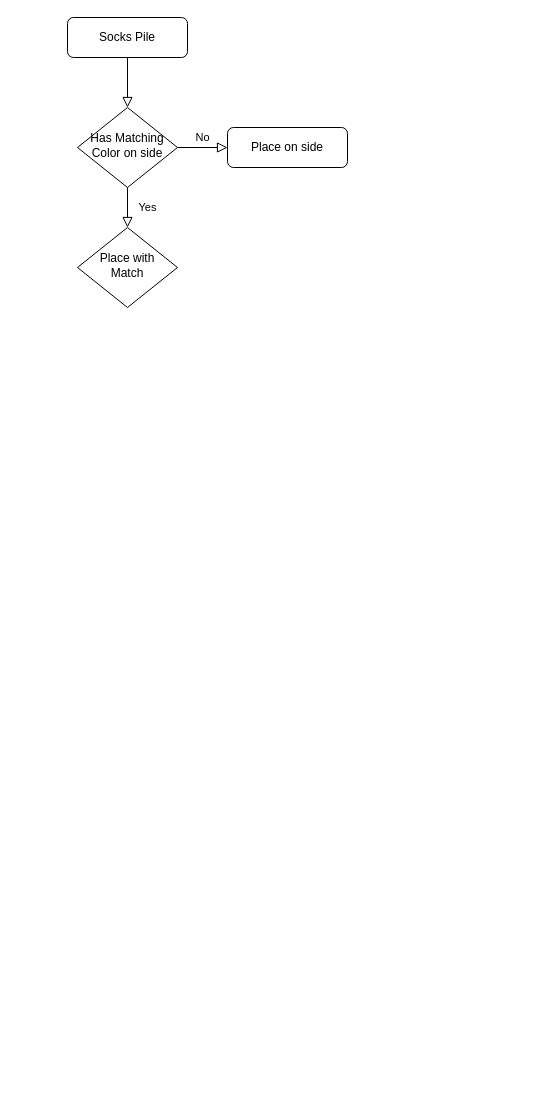
This is page "Socks" (1 of 3) of Comp Prog 12/Socks.drawio from Jchisholm204/JChisholm, a draw.io file, before an edit. Source tidied: cells renumbered, new cells numbered last; positions are measured from the earlier drawing's top-left corner, leaving out a move shared by most shapes. Both pictures are drawn from the tidied source at 100%, with x=0, y=0 at pixel (67, 17).
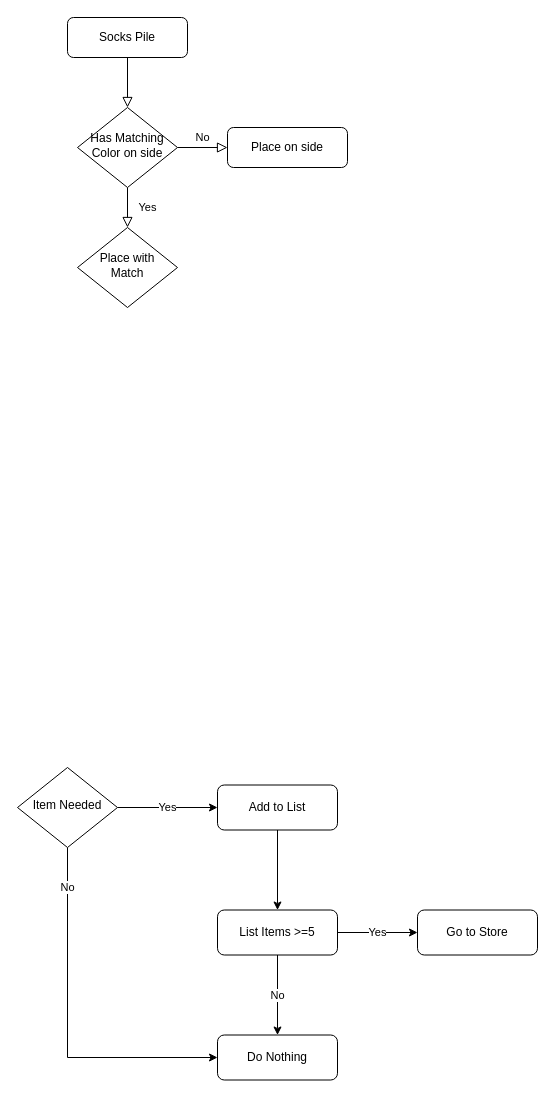
After the change.

Change to the diagram source:
```diff
@@
+    <mxCell id="9" value="Yes" style="edgeStyle=orthogonalEdgeStyle;rounded=0;jettySize=auto;html=1;exitX=1;exitY=0.5;exitDx=0;exitDy=0;entryX=0;entryY=0.5;entryDx=0;entryDy=0;" parent="1" edge="1" source="11" target="13">
+      <mxGeometry relative="1" as="geometry" />
+    </mxCell>
+    <mxCell id="10" value="No" style="edgeStyle=orthogonalEdgeStyle;rounded=0;jettySize=auto;html=1;exitX=0.5;exitY=1;exitDx=0;exitDy=0;entryX=0;entryY=0.5;entryDx=0;entryDy=0;" parent="1" edge="1" source="11" target="17">
+      <mxGeometry x="-0.78" relative="1" as="geometry" />
+    </mxCell>
+    <mxCell id="11" value="Item Needed" style="rhombus;whiteSpace=wrap;html=1;shadow=0;fontFamily=Helvetica;fontSize=12;align=center;strokeWidth=1;spacing=6;spacingTop=-4;" parent="1" vertex="1">
+      <mxGeometry x="-50" y="750" width="100" height="80" as="geometry" />
+    </mxCell>
+    <mxCell id="12" style="edgeStyle=orthogonalEdgeStyle;rounded=0;jettySize=auto;html=1;" parent="1" edge="1" source="13" target="16">
+      <mxGeometry relative="1" as="geometry" />
+    </mxCell>
+    <mxCell id="13" value="Add to List" style="whiteSpace=wrap;html=1;rounded=1;shadow=0;strokeWidth=1;glass=0;" parent="1" vertex="1">
+      <mxGeometry x="150" y="767.5" width="120" height="45" as="geometry" />
+    </mxCell>
+    <mxCell id="14" value="Yes" style="edgeStyle=orthogonalEdgeStyle;rounded=0;jettySize=auto;html=1;" parent="1" edge="1" source="16">
+      <mxGeometry relative="1" as="geometry">
+        <mxPoint x="350" y="915" as="targetPoint" />
+      </mxGeometry>
+    </mxCell>
+    <mxCell id="15" value="No" style="edgeStyle=orthogonalEdgeStyle;rounded=0;jettySize=auto;html=1;" parent="1" edge="1" source="16" target="17">
+      <mxGeometry relative="1" as="geometry">
+        <Array as="points">
+          <mxPoint x="210" y="1030" />
+        </Array>
+      </mxGeometry>
+    </mxCell>
+    <mxCell id="16" value="List Items &amp;gt;=5" style="whiteSpace=wrap;html=1;rounded=1;shadow=0;strokeWidth=1;glass=0;" parent="1" vertex="1">
+      <mxGeometry x="150" y="892.5" width="120" height="45" as="geometry" />
+    </mxCell>
+    <mxCell id="17" value="Do Nothing" style="whiteSpace=wrap;html=1;rounded=1;shadow=0;strokeWidth=1;glass=0;" parent="1" vertex="1">
+      <mxGeometry x="150" y="1017.5" width="120" height="45" as="geometry" />
+    </mxCell>
+    <mxCell id="18" value="Go to Store" style="whiteSpace=wrap;html=1;rounded=1;shadow=0;strokeWidth=1;glass=0;" parent="1" vertex="1">
+      <mxGeometry x="350" y="892.5" width="120" height="45" as="geometry" />
+    </mxCell>
```
